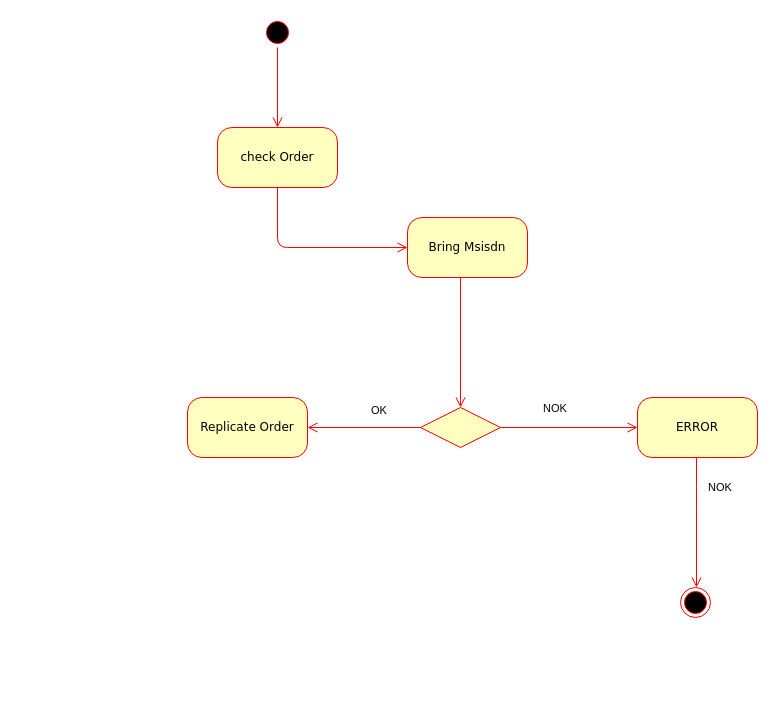
MudBloodArchitekt/draw.io keeps this draw.io diagram as page "Page-3" (3 of 3) of SeqDiagram-CX-VOO-CDC.drawio. Above is the earlier version. Source tidied: cells renumbered, new cells numbered last; positions are measured from the earlier drawing's top-left corner, leaving out a move shared by most shapes. Both pictures are drawn from the tidied source at 100%, with x=0, y=0 at pixel (187, 17).
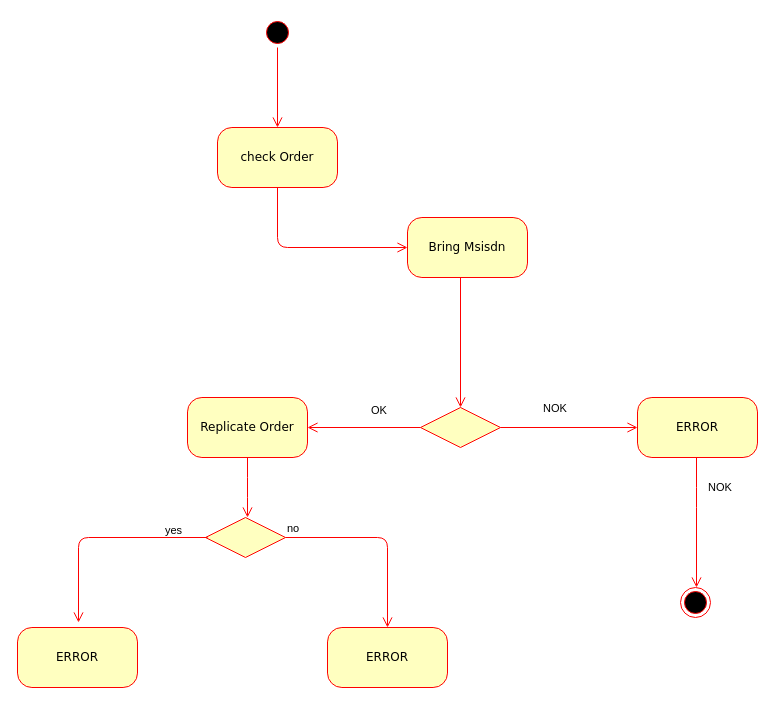
After the change.

Unchanged cells that the change refers to:
```xml
<mxCell id="5" value="Replicate Order" style="rounded=1;whiteSpace=wrap;html=1;arcSize=24;fillColor=#ffffc0;strokeColor=#ff0000;shadow=0;comic=0;labelBackgroundColor=none;fontFamily=Verdana;fontSize=12;fontColor=#000000;align=center;" parent="1" vertex="1">
  <mxGeometry y="380" width="120" height="60" as="geometry" />
</mxCell>
```

The edit, as a diff of the source:
```diff
@@
+    <mxCell id="15" value="ERROR" style="rounded=1;whiteSpace=wrap;html=1;arcSize=24;fillColor=#ffffc0;strokeColor=#ff0000;shadow=0;comic=0;labelBackgroundColor=none;fontFamily=Verdana;fontSize=12;fontColor=#000000;align=center;" parent="1" vertex="1">
+      <mxGeometry x="-170" y="610" width="120" height="60" as="geometry" />
+    </mxCell>
+    <mxCell id="16" value="ERROR" style="rounded=1;whiteSpace=wrap;html=1;arcSize=24;fillColor=#ffffc0;strokeColor=#ff0000;shadow=0;comic=0;labelBackgroundColor=none;fontFamily=Verdana;fontSize=12;fontColor=#000000;align=center;" parent="1" vertex="1">
+      <mxGeometry x="140" y="610" width="120" height="60" as="geometry" />
+    </mxCell>
+    <mxCell id="17" style="rhombus;whiteSpace=wrap;html=1;fillColor=#ffffc0;strokeColor=#ff0000;" parent="1" vertex="1">
+      <mxGeometry x="18" y="500" width="80" height="40" as="geometry" />
+    </mxCell>
+    <mxCell id="18" value="no" style="edgeStyle=orthogonalEdgeStyle;html=1;align=left;verticalAlign=bottom;endArrow=open;endSize=8;strokeColor=#ff0000;entryX=0.5;entryY=0;entryDx=0;entryDy=0;" parent="1" edge="1" source="17" target="16">
+      <mxGeometry x="-1" relative="1" as="geometry" />
+    </mxCell>
+    <mxCell id="19" value="yes" style="edgeStyle=orthogonalEdgeStyle;html=1;align=left;verticalAlign=top;endArrow=open;endSize=8;strokeColor=#ff0000;entryX=0.35;entryY=-0.083;entryDx=0;entryDy=0;entryPerimeter=0;" parent="1" edge="1">
+      <mxGeometry x="-0.59" y="-20" relative="1" as="geometry">
+        <mxPoint x="20" y="520" as="sourcePoint" />
+        <mxPoint x="-109" y="605" as="targetPoint" />
+        <Array as="points">
+          <mxPoint x="-109" y="520" />
+        </Array>
+      </mxGeometry>
+    </mxCell>
+    <mxCell id="20" style="edgeStyle=orthogonalEdgeStyle;html=1;labelBackgroundColor=none;endArrow=open;endSize=8;strokeColor=#ff0000;fontFamily=Verdana;fontSize=12;align=left;exitX=0.5;exitY=1;exitDx=0;exitDy=0;" parent="1" edge="1" source="5">
+      <mxGeometry relative="1" as="geometry">
+        <mxPoint x="60" y="500" as="targetPoint" />
+        <Array as="points">
+          <mxPoint x="60" y="470" />
+          <mxPoint x="60" y="470" />
+        </Array>
+      </mxGeometry>
+    </mxCell>
```
